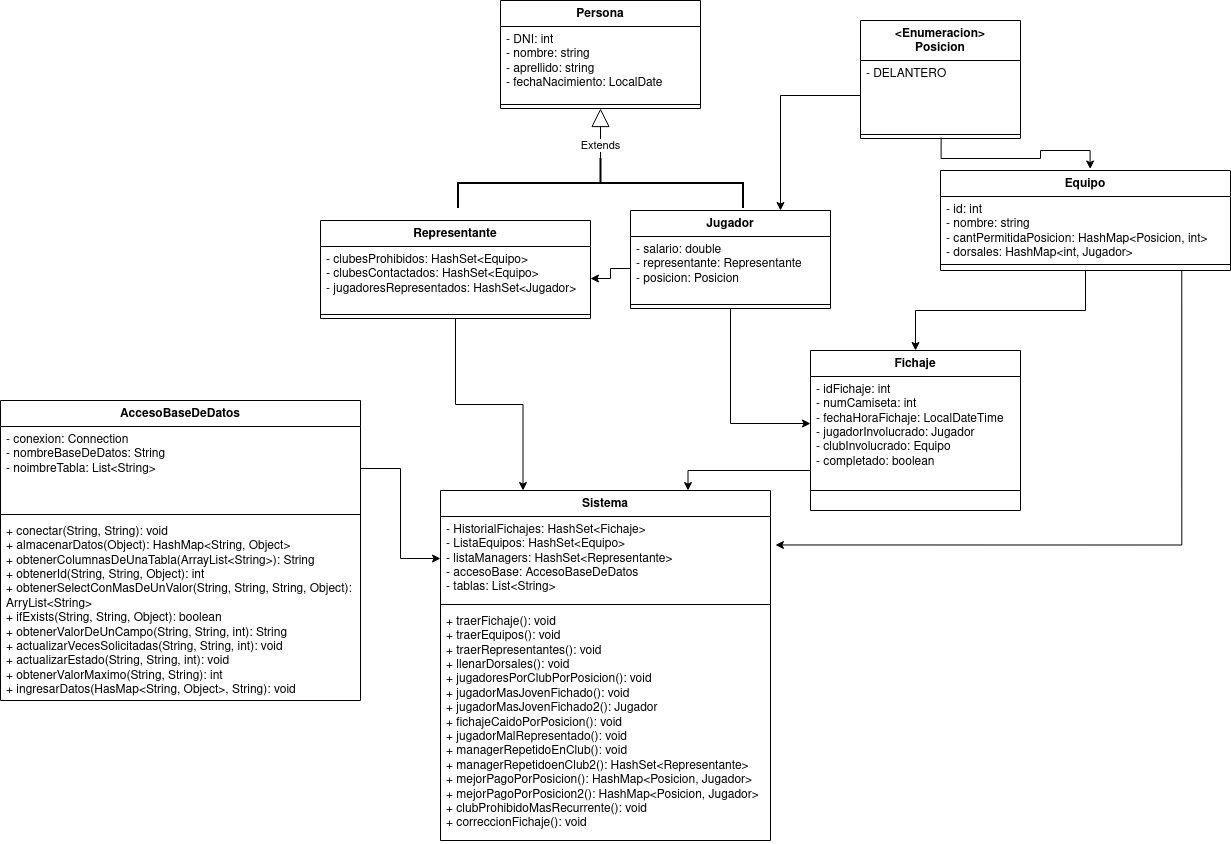
Above: diagramaClases.drawio.png in Incutti/7_PoliPases (draw.io), before the change. Source tidied: cells renumbered, new cells last; positions are measured from the earlier drawing's top-left corner, leaving out a move shared by most shapes.
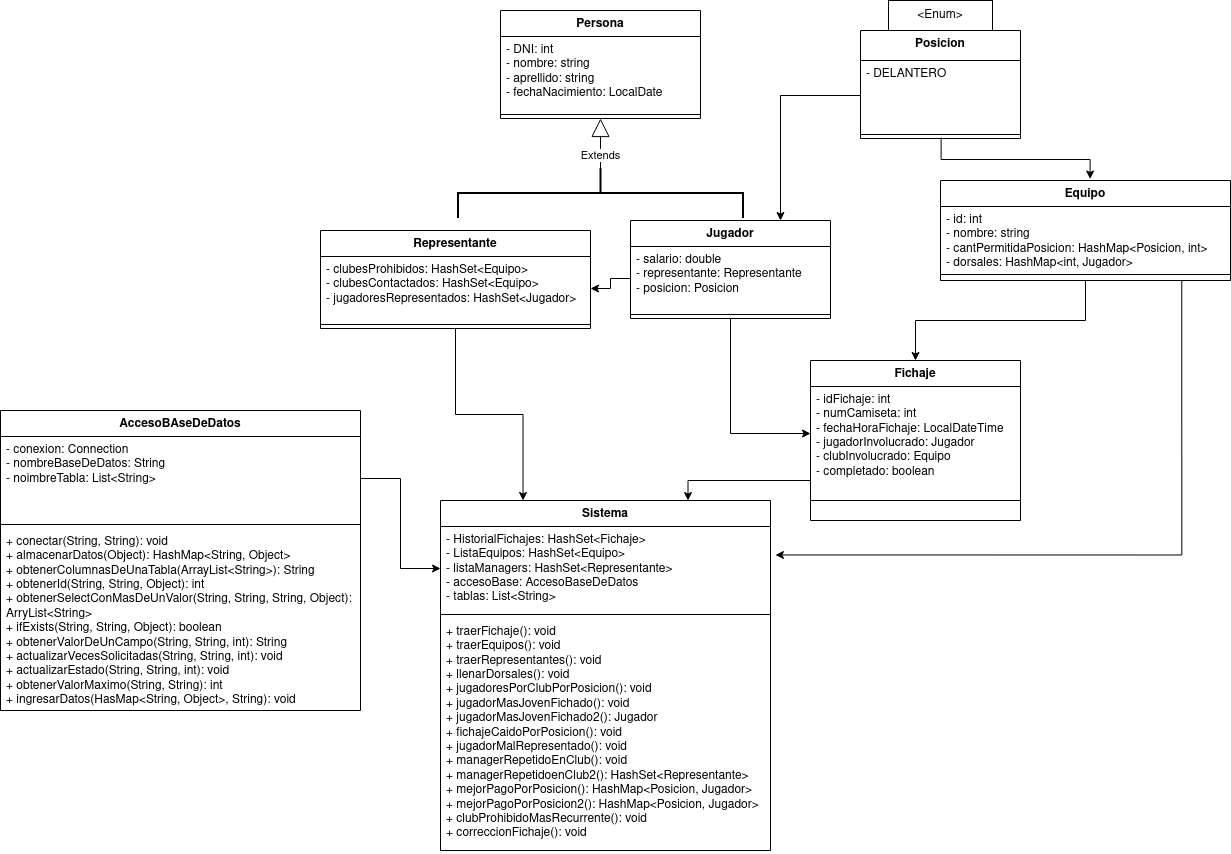
The same file after the commit.

What changed in the source:
```diff
@@ -44,14 +44,14 @@
     <mxCell id="15" value="&lt;div&gt;&lt;br&gt;&lt;/div&gt;" style="text;strokeColor=none;fillColor=none;align=left;verticalAlign=top;spacingLeft=4;spacingRight=4;overflow=hidden;points=[[0,0.5],[1,0.5]];portConstraint=eastwest;whiteSpace=wrap;html=1;" parent="12" vertex="1">
       <mxGeometry y="98" width="290" height="2" as="geometry" />
     </mxCell>
-    <mxCell id="16" value="&amp;lt;Enumeracion&amp;gt;&lt;br&gt;Posicion" style="swimlane;fontStyle=1;align=center;verticalAlign=top;horizontal=1;startSize=40;whiteSpace=wrap;html=1;" parent="1" vertex="1">
-      <mxGeometry x="860" y="20" width="160" height="118" as="geometry" />
+    <mxCell id="16" value="Posicion" style="swimlane;fontStyle=1;align=center;verticalAlign=top;horizontal=1;startSize=30;whiteSpace=wrap;html=1;" parent="1" vertex="1">
+      <mxGeometry x="860" y="20" width="160" height="108" as="geometry" />
     </mxCell>
     <mxCell id="17" value="&lt;div&gt;-&amp;nbsp;DELANTERO&lt;/div&gt;&lt;div&gt;&lt;font color=&quot;#ffffff&quot;&gt;-&amp;nbsp;&lt;span style=&quot;font-style: italic;&quot;&gt;MEDIOCAMPISTA&lt;/span&gt;&lt;/font&gt;&lt;/div&gt;&lt;div&gt;&lt;font color=&quot;#ffffff&quot;&gt;-&amp;nbsp;&lt;span style=&quot;font-style: italic;&quot;&gt;DEFENSA&lt;/span&gt;&lt;/font&gt;&lt;/div&gt;&lt;div&gt;&lt;font color=&quot;#ffffff&quot;&gt;-&amp;nbsp;&lt;span style=&quot;font-style: italic;&quot;&gt;ARQUERO&lt;/span&gt;&lt;/font&gt;&lt;/div&gt;&lt;div&gt;&lt;br&gt;&lt;/div&gt;" style="text;strokeColor=none;fillColor=none;align=left;verticalAlign=top;spacingLeft=4;spacingRight=4;overflow=hidden;points=[[0,0.5],[1,0.5]];portConstraint=eastwest;whiteSpace=wrap;html=1;" parent="16" vertex="1">
-      <mxGeometry y="40" width="160" height="70" as="geometry" />
+      <mxGeometry y="30" width="160" height="70" as="geometry" />
     </mxCell>
     <mxCell id="18" style="line;strokeWidth=1;fillColor=none;align=left;verticalAlign=middle;spacingTop=-1;spacingLeft=3;spacingRight=3;labelPosition=right;points=[];portConstraint=eastwest;strokeColor=inherit;" parent="16" vertex="1">
-      <mxGeometry y="110" width="160" height="8" as="geometry" />
+      <mxGeometry y="100" width="160" height="8" as="geometry" />
     </mxCell>
     <mxCell id="19" style="edgeStyle=orthogonalEdgeStyle;rounded=0;jettySize=auto;html=1;exitX=0;exitY=0.75;exitDx=0;exitDy=0;entryX=0.75;entryY=0;entryDx=0;entryDy=0;" parent="1" edge="1" source="20" target="29">
       <mxGeometry relative="1" as="geometry" />
@@ -101,7 +101,7 @@
     <mxCell id="34" style="edgeStyle=orthogonalEdgeStyle;rounded=0;jettySize=auto;html=1;exitX=0.832;exitY=1;exitDx=0;exitDy=0;entryX=1.015;entryY=0.339;entryDx=0;entryDy=0;entryPerimeter=0;exitPerimeter=0;" parent="1" edge="1" source="15" target="30">
       <mxGeometry relative="1" as="geometry" />
     </mxCell>
-    <mxCell id="35" value="AccesoBaseDeDatos" style="swimlane;fontStyle=1;align=center;verticalAlign=top;horizontal=1;startSize=26;whiteSpace=wrap;html=1;" parent="1" vertex="1">
+    <mxCell id="35" value="AccesoBAseDeDatos" style="swimlane;fontStyle=1;align=center;verticalAlign=top;horizontal=1;startSize=26;whiteSpace=wrap;html=1;" parent="1" vertex="1">
       <mxGeometry y="400" width="360" height="300" as="geometry" />
     </mxCell>
     <mxCell id="36" value="- conexion: Connection&lt;br&gt;- nombreBaseDeDatos: String&lt;br&gt;- noimbreTabla: List&amp;lt;String&amp;gt;" style="text;strokeColor=none;fillColor=none;align=left;verticalAlign=top;spacingLeft=4;spacingRight=4;overflow=hidden;points=[[0,0.5],[1,0.5]];portConstraint=eastwest;whiteSpace=wrap;html=1;" parent="35" vertex="1">
@@ -116,5 +116,8 @@
     <mxCell id="39" style="edgeStyle=orthogonalEdgeStyle;rounded=0;jettySize=auto;html=1;" parent="1" edge="1" source="36" target="30">
       <mxGeometry relative="1" as="geometry" />
     </mxCell>
+    <mxCell id="40" value="&amp;lt;Enum&amp;gt;" style="rounded=0;whiteSpace=wrap;html=1;" parent="1" vertex="1">
+      <mxGeometry x="888" y="-10" width="104" height="30" as="geometry" />
+    </mxCell>
   </root>
 </mxGraphModel>
```
